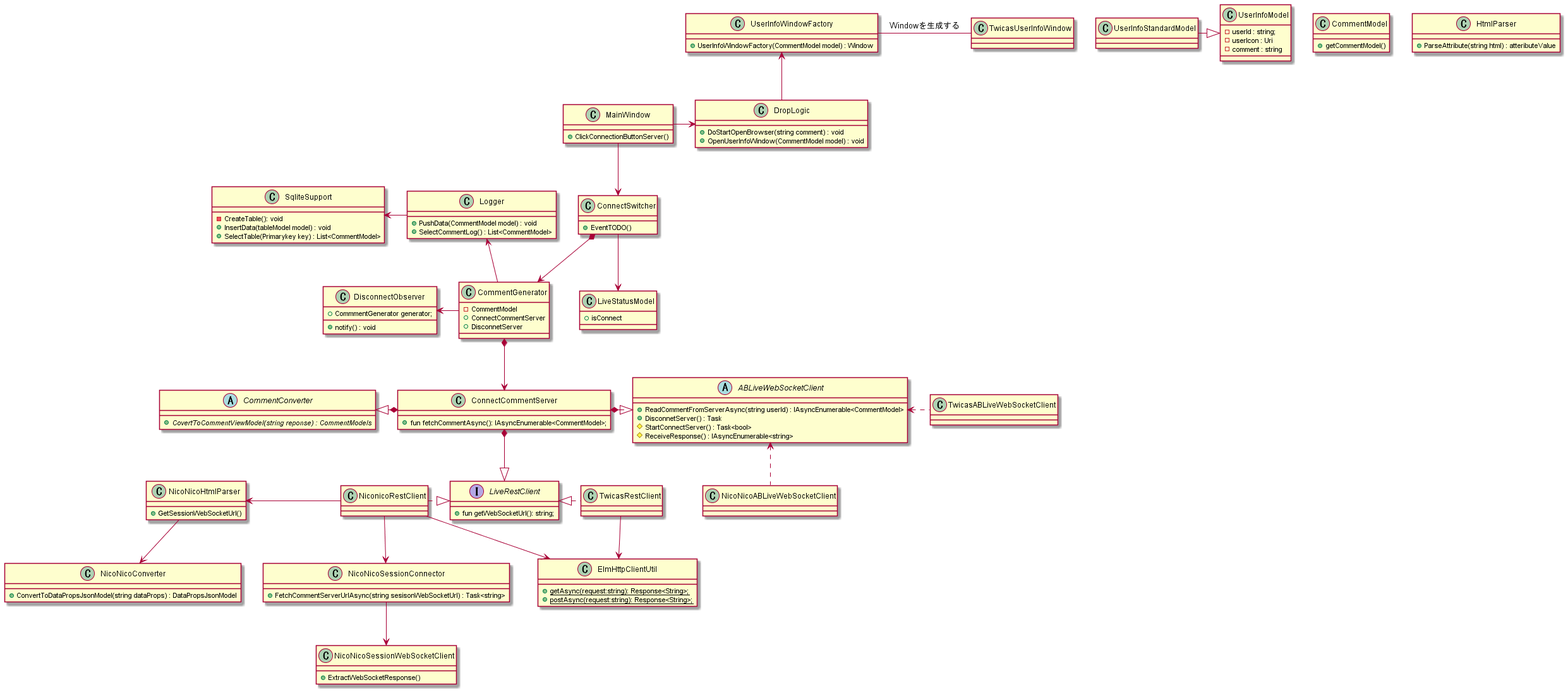
Earlier version of the PlantUML export ultra-comment-viewer/out/class-design/model/fetch-comment/コメント取得クラス図.png (elm-niconico/AppDesign).
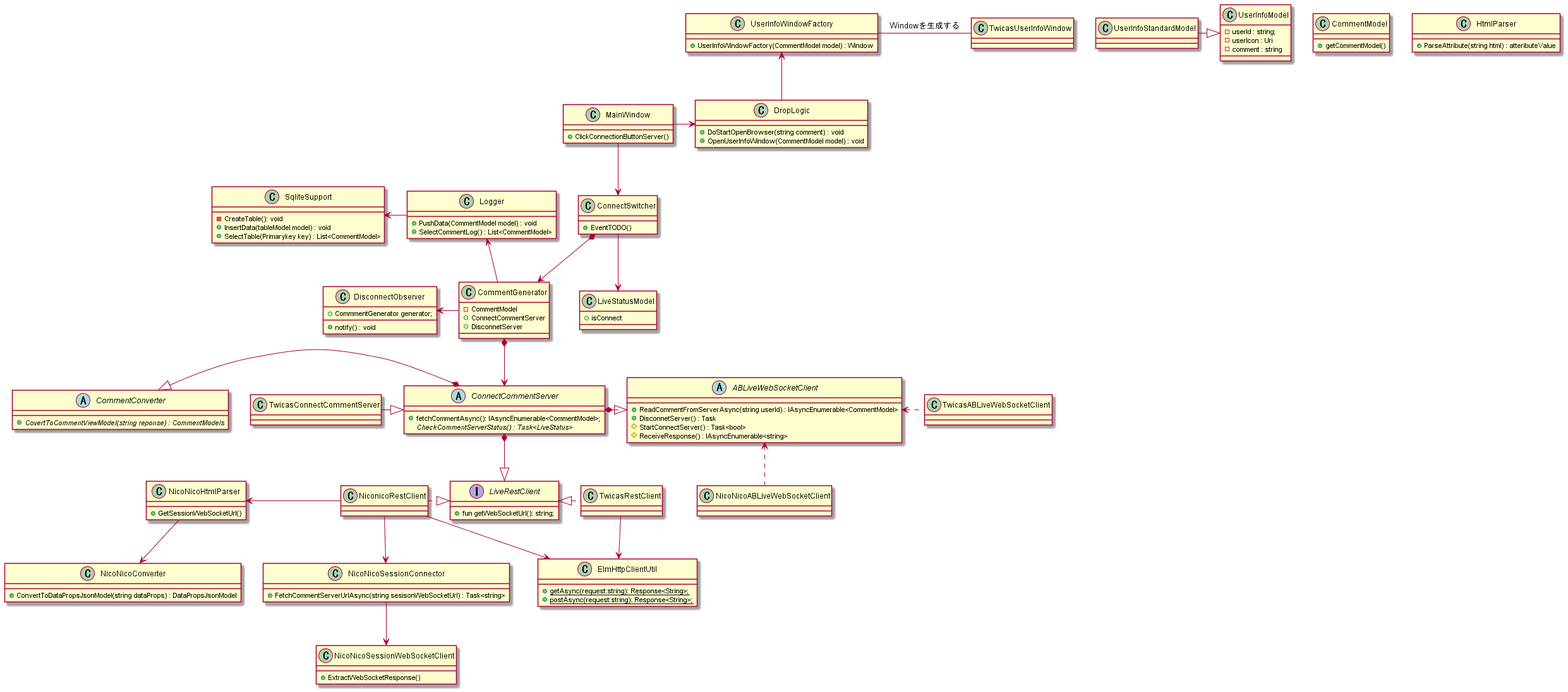
The same diagram one commit later.

Commit message:
コメントサーバのチェック処理の返り値を変更

Change to the diagram source:
```diff
@@ -64,8 +64,9 @@
     }
     CommentGenerator -left-> DisconnectObserver
 
-    class ConnectCommentServer {
-        + fun fetchCommentAsync(): IAsyncEnumerable<CommentModel>;
+    abstract class ConnectCommentServer   {
+        + fetchCommentAsync(): IAsyncEnumerable<CommentModel>;
+        {abstract} CheckCommentServerStatus() : Task<LiveStatus>
     }
 
     class DropLogic{
@@ -145,5 +146,6 @@
     NicoNicoSessionConnector -down-> NicoNicoSessionWebSocketClient
     NicoNicoHtmlParser -down-> NicoNicoConverter
 
+    TwicasConnectCommentServer -|> ConnectCommentServer
 
 @enduml
```
